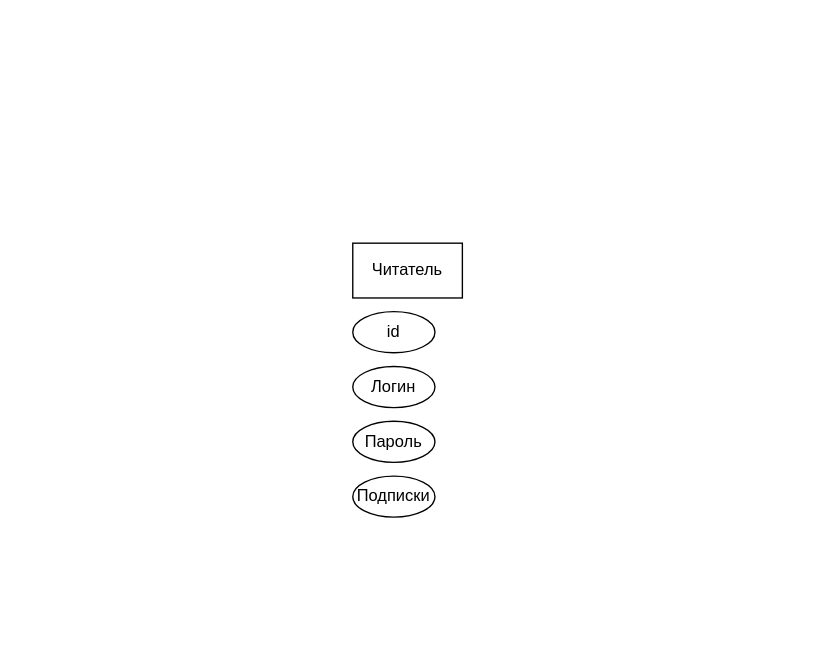
The draw.io diagram Диаграмма без названия.drawio in r0mpll/DataBase, before the edit. Source tidied: cells renumbered, new cells numbered last; positions are measured from the earlier drawing's top-left corner, leaving out a move shared by most shapes. Both pictures are drawn from the tidied source at 137%, with x=0, y=0 at pixel (352, 242).
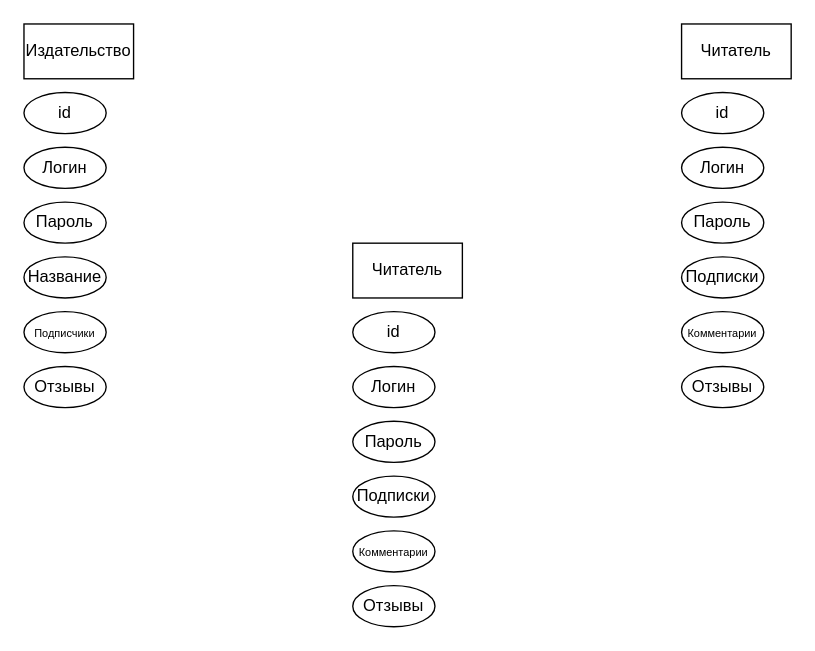
The same page after the edit.

Diff of the diagram source:
```diff
@@
+    <mxCell id="7" value="&lt;font style=&quot;font-size: 8px;&quot;&gt;Комментарии&lt;/font&gt;" style="ellipse;whiteSpace=wrap;html=1;" parent="1" vertex="1">
+      <mxGeometry y="210" width="60" height="30" as="geometry" />
+    </mxCell>
+    <mxCell id="8" value="Отзывы" style="ellipse;whiteSpace=wrap;html=1;" parent="1" vertex="1">
+      <mxGeometry y="250" width="60" height="30" as="geometry" />
+    </mxCell>
+    <mxCell id="9" value="Издательство" style="rounded=0;whiteSpace=wrap;html=1;" parent="1" vertex="1">
+      <mxGeometry x="-240" y="-160" width="80" height="40" as="geometry" />
+    </mxCell>
+    <mxCell id="10" value="id" style="ellipse;whiteSpace=wrap;html=1;" parent="1" vertex="1">
+      <mxGeometry x="-240" y="-110" width="60" height="30" as="geometry" />
+    </mxCell>
+    <mxCell id="11" value="Логин" style="ellipse;whiteSpace=wrap;html=1;" parent="1" vertex="1">
+      <mxGeometry x="-240" y="-70" width="60" height="30" as="geometry" />
+    </mxCell>
+    <mxCell id="12" value="Пароль" style="ellipse;whiteSpace=wrap;html=1;" parent="1" vertex="1">
+      <mxGeometry x="-240" y="-30" width="60" height="30" as="geometry" />
+    </mxCell>
+    <mxCell id="13" value="Название" style="ellipse;whiteSpace=wrap;html=1;" parent="1" vertex="1">
+      <mxGeometry x="-240" y="10" width="60" height="30" as="geometry" />
+    </mxCell>
+    <mxCell id="14" value="&lt;span style=&quot;font-size: 8px;&quot;&gt;Подписчики&lt;/span&gt;" style="ellipse;whiteSpace=wrap;html=1;" parent="1" vertex="1">
+      <mxGeometry x="-240" y="50" width="60" height="30" as="geometry" />
+    </mxCell>
+    <mxCell id="15" value="Отзывы" style="ellipse;whiteSpace=wrap;html=1;" parent="1" vertex="1">
+      <mxGeometry x="-240" y="90" width="60" height="30" as="geometry" />
+    </mxCell>
+    <mxCell id="16" value="Читатель" style="rounded=0;whiteSpace=wrap;html=1;" parent="1" vertex="1">
+      <mxGeometry x="240" y="-160" width="80" height="40" as="geometry" />
+    </mxCell>
+    <mxCell id="17" value="id" style="ellipse;whiteSpace=wrap;html=1;" parent="1" vertex="1">
+      <mxGeometry x="240" y="-110" width="60" height="30" as="geometry" />
+    </mxCell>
+    <mxCell id="18" value="Логин" style="ellipse;whiteSpace=wrap;html=1;" parent="1" vertex="1">
+      <mxGeometry x="240" y="-70" width="60" height="30" as="geometry" />
+    </mxCell>
+    <mxCell id="19" value="Пароль" style="ellipse;whiteSpace=wrap;html=1;" parent="1" vertex="1">
+      <mxGeometry x="240" y="-30" width="60" height="30" as="geometry" />
+    </mxCell>
+    <mxCell id="20" value="Подписки" style="ellipse;whiteSpace=wrap;html=1;" parent="1" vertex="1">
+      <mxGeometry x="240" y="10" width="60" height="30" as="geometry" />
+    </mxCell>
+    <mxCell id="21" value="&lt;font style=&quot;font-size: 8px;&quot;&gt;Комментарии&lt;/font&gt;" style="ellipse;whiteSpace=wrap;html=1;" parent="1" vertex="1">
+      <mxGeometry x="240" y="50" width="60" height="30" as="geometry" />
+    </mxCell>
+    <mxCell id="22" value="Отзывы" style="ellipse;whiteSpace=wrap;html=1;" parent="1" vertex="1">
+      <mxGeometry x="240" y="90" width="60" height="30" as="geometry" />
+    </mxCell>
```
